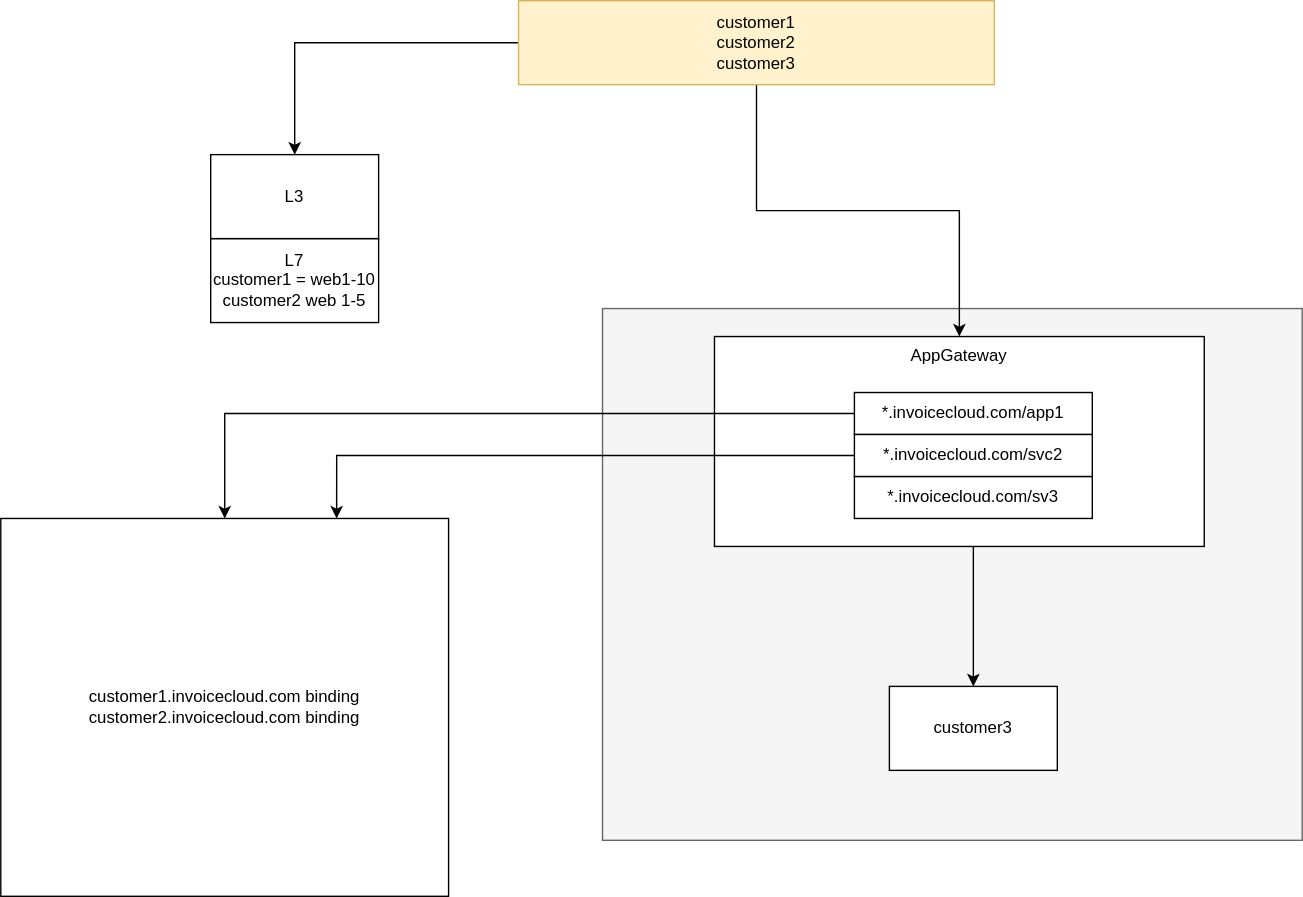
Earlier version of the draw.io export subdomainforcustomers.svg (vjavle/invoicecloud). Source tidied: cells renumbered, new cells last; positions are measured from the earlier drawing's top-left corner, leaving out a move shared by most shapes. Its diagram source:
```xml
<mxGraphModel>
  <root>
    <mxCell id="0" />
    <mxCell id="1" parent="0" />
    <mxCell id="2" style="rounded=0;whiteSpace=wrap;html=1;fillColor=#f5f5f5;fontColor=#333333;strokeColor=#666666;" parent="1" vertex="1">
      <mxGeometry x="430" y="220" width="500" height="380" as="geometry" />
    </mxCell>
    <mxCell id="3" style="edgeStyle=orthogonalEdgeStyle;rounded=0;jettySize=auto;html=1;" parent="1" edge="1" source="8" target="14">
      <mxGeometry relative="1" as="geometry" />
    </mxCell>
    <mxCell id="4" value="AppGateway&lt;br&gt;" style="rounded=0;whiteSpace=wrap;html=1;verticalAlign=top;" parent="1" vertex="1">
      <mxGeometry x="510" y="240" width="350" height="150" as="geometry" />
    </mxCell>
    <mxCell id="5" value="customer1.invoicecloud.com binding&lt;br&gt;customer2.invoicecloud.com binding" style="rounded=0;whiteSpace=wrap;html=1;" parent="1" vertex="1">
      <mxGeometry y="370" width="320" height="270" as="geometry" />
    </mxCell>
    <mxCell id="6" style="edgeStyle=orthogonalEdgeStyle;rounded=0;jettySize=auto;html=1;" parent="1" edge="1" source="7" target="5">
      <mxGeometry relative="1" as="geometry" />
    </mxCell>
    <mxCell id="7" value="&lt;span&gt;*.invoicecloud.com/app1&lt;/span&gt;" style="rounded=0;whiteSpace=wrap;html=1;" parent="1" vertex="1">
      <mxGeometry x="610" y="280" width="170" height="30" as="geometry" />
    </mxCell>
    <mxCell id="8" value="&lt;span&gt;*.invoicecloud.com/sv3&lt;/span&gt;" style="rounded=0;whiteSpace=wrap;html=1;" parent="1" vertex="1">
      <mxGeometry x="610" y="340" width="170" height="30" as="geometry" />
    </mxCell>
    <mxCell id="9" style="edgeStyle=orthogonalEdgeStyle;rounded=0;jettySize=auto;html=1;" parent="1" edge="1" source="11" target="4">
      <mxGeometry relative="1" as="geometry" />
    </mxCell>
    <mxCell id="10" style="edgeStyle=orthogonalEdgeStyle;rounded=0;jettySize=auto;html=1;" parent="1" edge="1" source="11" target="16">
      <mxGeometry relative="1" as="geometry" />
    </mxCell>
    <mxCell id="11" value="customer1&lt;br&gt;customer2&lt;br&gt;customer3" style="rounded=0;whiteSpace=wrap;html=1;fillColor=#fff2cc;strokeColor=#d6b656;" parent="1" vertex="1">
      <mxGeometry x="370" width="340" height="60" as="geometry" />
    </mxCell>
    <mxCell id="12" style="edgeStyle=orthogonalEdgeStyle;rounded=0;jettySize=auto;html=1;entryX=0.75;entryY=0;entryDx=0;entryDy=0;" parent="1" edge="1" source="13" target="5">
      <mxGeometry relative="1" as="geometry" />
    </mxCell>
    <mxCell id="13" value="&lt;span&gt;*.invoicecloud.com/svc2&lt;/span&gt;" style="rounded=0;whiteSpace=wrap;html=1;" parent="1" vertex="1">
      <mxGeometry x="610" y="310" width="170" height="30" as="geometry" />
    </mxCell>
    <mxCell id="14" value="customer3" style="rounded=0;whiteSpace=wrap;html=1;" parent="1" vertex="1">
      <mxGeometry x="635" y="490" width="120" height="60" as="geometry" />
    </mxCell>
    <mxCell id="15" value="L7&lt;br&gt;customer1 = web1-10&lt;br&gt;customer2 web 1-5" style="rounded=0;whiteSpace=wrap;html=1;" parent="1" vertex="1">
      <mxGeometry x="150" y="170" width="120" height="60" as="geometry" />
    </mxCell>
    <mxCell id="16" value="L3" style="rounded=0;whiteSpace=wrap;html=1;" parent="1" vertex="1">
      <mxGeometry x="150" y="110" width="120" height="60" as="geometry" />
    </mxCell>
  </root>
</mxGraphModel>
```
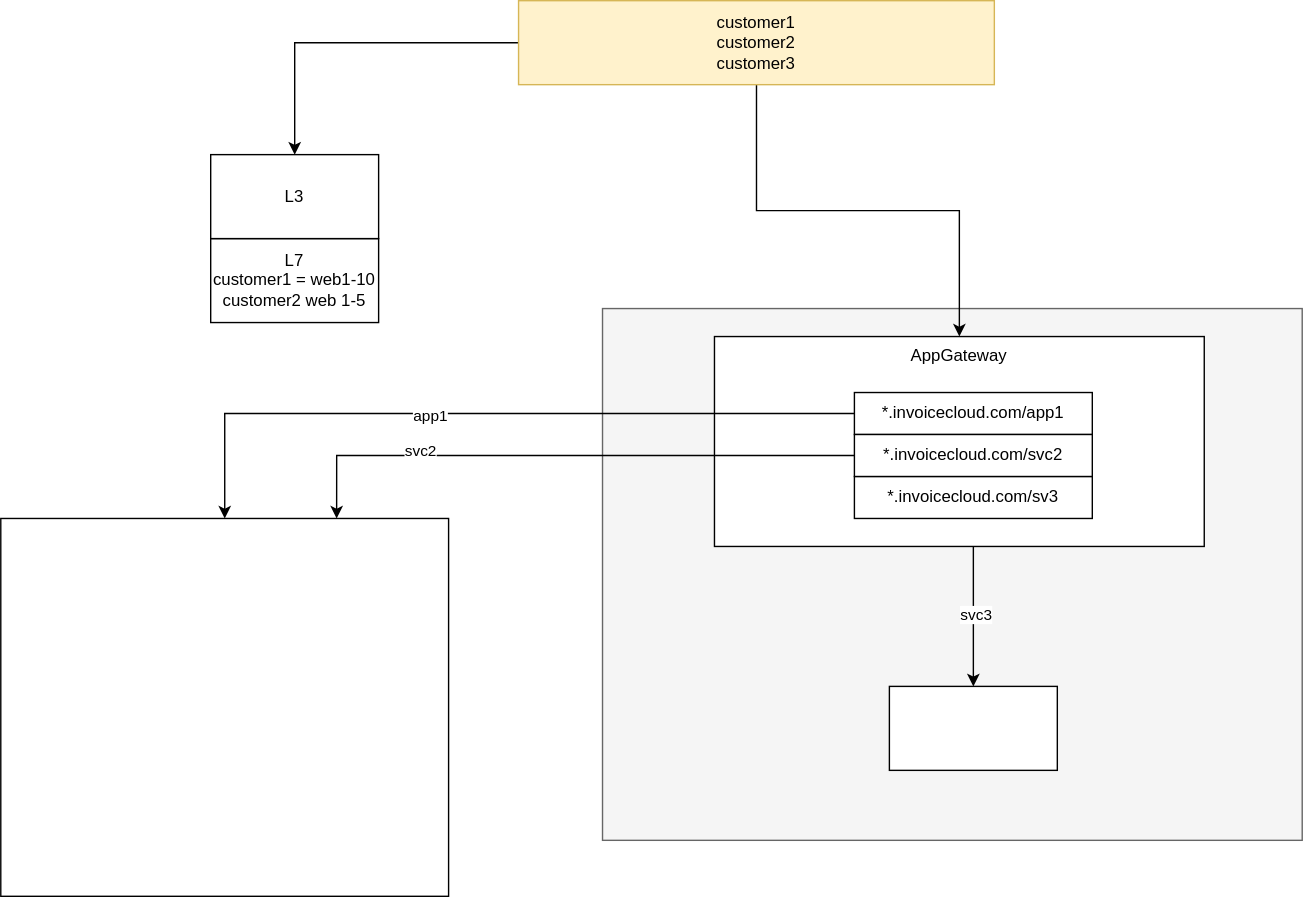
After the commit.

What changed in the source:
```diff
@@ -8,15 +8,21 @@
     <mxCell id="3" style="edgeStyle=orthogonalEdgeStyle;rounded=0;jettySize=auto;html=1;" parent="1" edge="1" source="8" target="14">
       <mxGeometry relative="1" as="geometry" />
     </mxCell>
+    <mxCell id="17" value="svc3" style="edgeLabel;html=1;align=center;verticalAlign=middle;" parent="3" vertex="1">
+      <mxGeometry x="0.14" y="2" relative="1" as="geometry" />
+    </mxCell>
     <mxCell id="4" value="AppGateway&lt;br&gt;" style="rounded=0;whiteSpace=wrap;html=1;verticalAlign=top;" parent="1" vertex="1">
       <mxGeometry x="510" y="240" width="350" height="150" as="geometry" />
     </mxCell>
-    <mxCell id="5" value="customer1.invoicecloud.com binding&lt;br&gt;customer2.invoicecloud.com binding" style="rounded=0;whiteSpace=wrap;html=1;" parent="1" vertex="1">
+    <mxCell id="5" style="rounded=0;whiteSpace=wrap;html=1;" parent="1" vertex="1">
       <mxGeometry y="370" width="320" height="270" as="geometry" />
     </mxCell>
     <mxCell id="6" style="edgeStyle=orthogonalEdgeStyle;rounded=0;jettySize=auto;html=1;" parent="1" edge="1" source="7" target="5">
       <mxGeometry relative="1" as="geometry" />
     </mxCell>
+    <mxCell id="18" value="app1" style="edgeLabel;html=1;align=center;verticalAlign=middle;" parent="6" vertex="1">
+      <mxGeometry x="0.15" y="2" relative="1" as="geometry" />
+    </mxCell>
     <mxCell id="7" value="&lt;span&gt;*.invoicecloud.com/app1&lt;/span&gt;" style="rounded=0;whiteSpace=wrap;html=1;" parent="1" vertex="1">
       <mxGeometry x="610" y="280" width="170" height="30" as="geometry" />
     </mxCell>
@@ -35,10 +41,13 @@
     <mxCell id="12" style="edgeStyle=orthogonalEdgeStyle;rounded=0;jettySize=auto;html=1;entryX=0.75;entryY=0;entryDx=0;entryDy=0;" parent="1" edge="1" source="13" target="5">
       <mxGeometry relative="1" as="geometry" />
     </mxCell>
+    <mxCell id="19" value="svc2" style="edgeLabel;html=1;align=center;verticalAlign=middle;" parent="12" vertex="1">
+      <mxGeometry x="0.5" y="-3" relative="1" as="geometry" />
+    </mxCell>
     <mxCell id="13" value="&lt;span&gt;*.invoicecloud.com/svc2&lt;/span&gt;" style="rounded=0;whiteSpace=wrap;html=1;" parent="1" vertex="1">
       <mxGeometry x="610" y="310" width="170" height="30" as="geometry" />
     </mxCell>
-    <mxCell id="14" value="customer3" style="rounded=0;whiteSpace=wrap;html=1;" parent="1" vertex="1">
+    <mxCell id="14" style="rounded=0;whiteSpace=wrap;html=1;" parent="1" vertex="1">
       <mxGeometry x="635" y="490" width="120" height="60" as="geometry" />
     </mxCell>
     <mxCell id="15" value="L7&lt;br&gt;customer1 = web1-10&lt;br&gt;customer2 web 1-5" style="rounded=0;whiteSpace=wrap;html=1;" parent="1" vertex="1">
```
